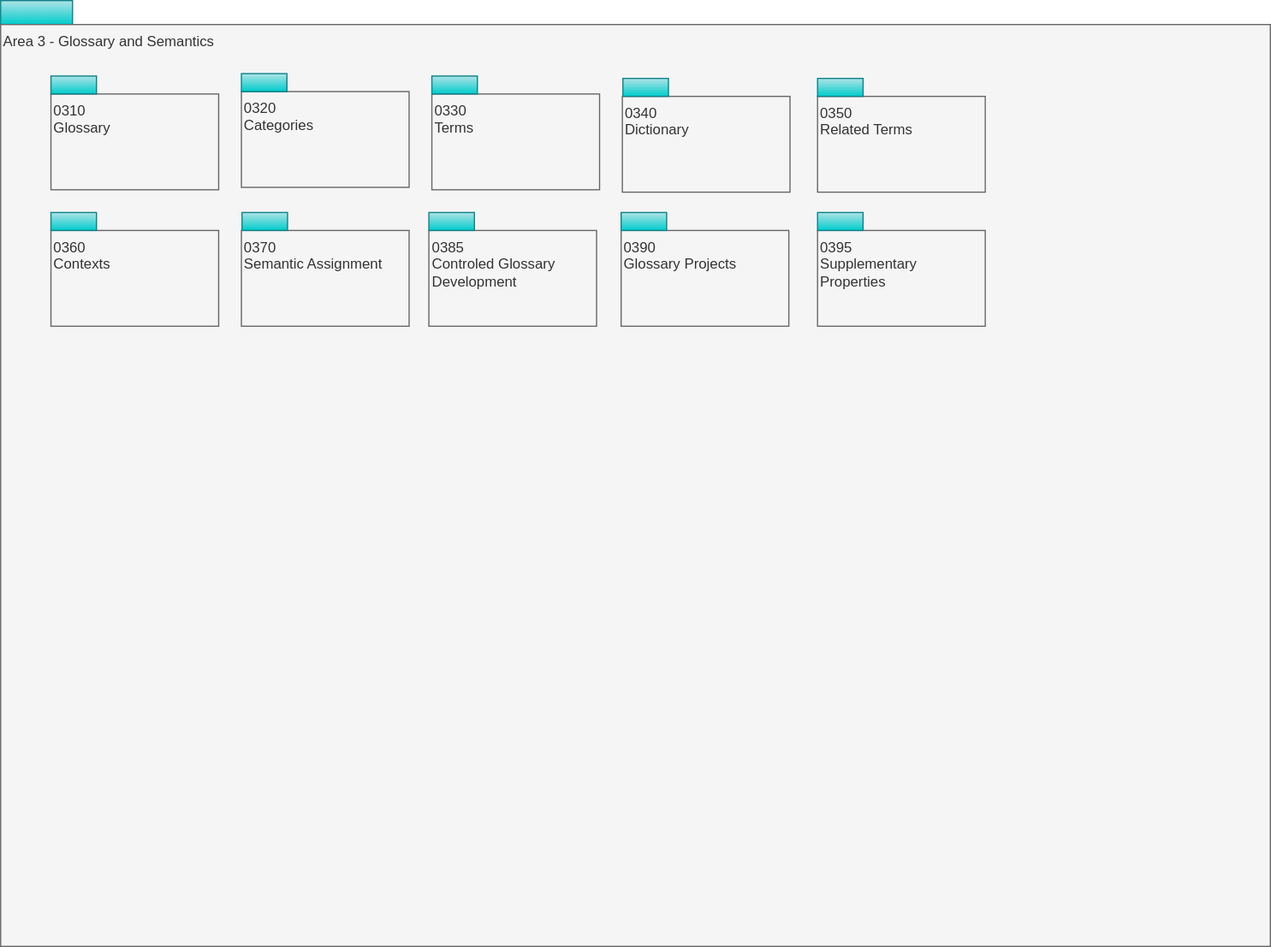
The draw.io diagram site/docs/types/3/area-3-glossary-overview.svg in odpi/egeria-docs, before a commit. Source tidied: cells renumbered, new cells last; positions are measured from the earlier drawing's top-left corner, leaving out a move shared by most shapes.
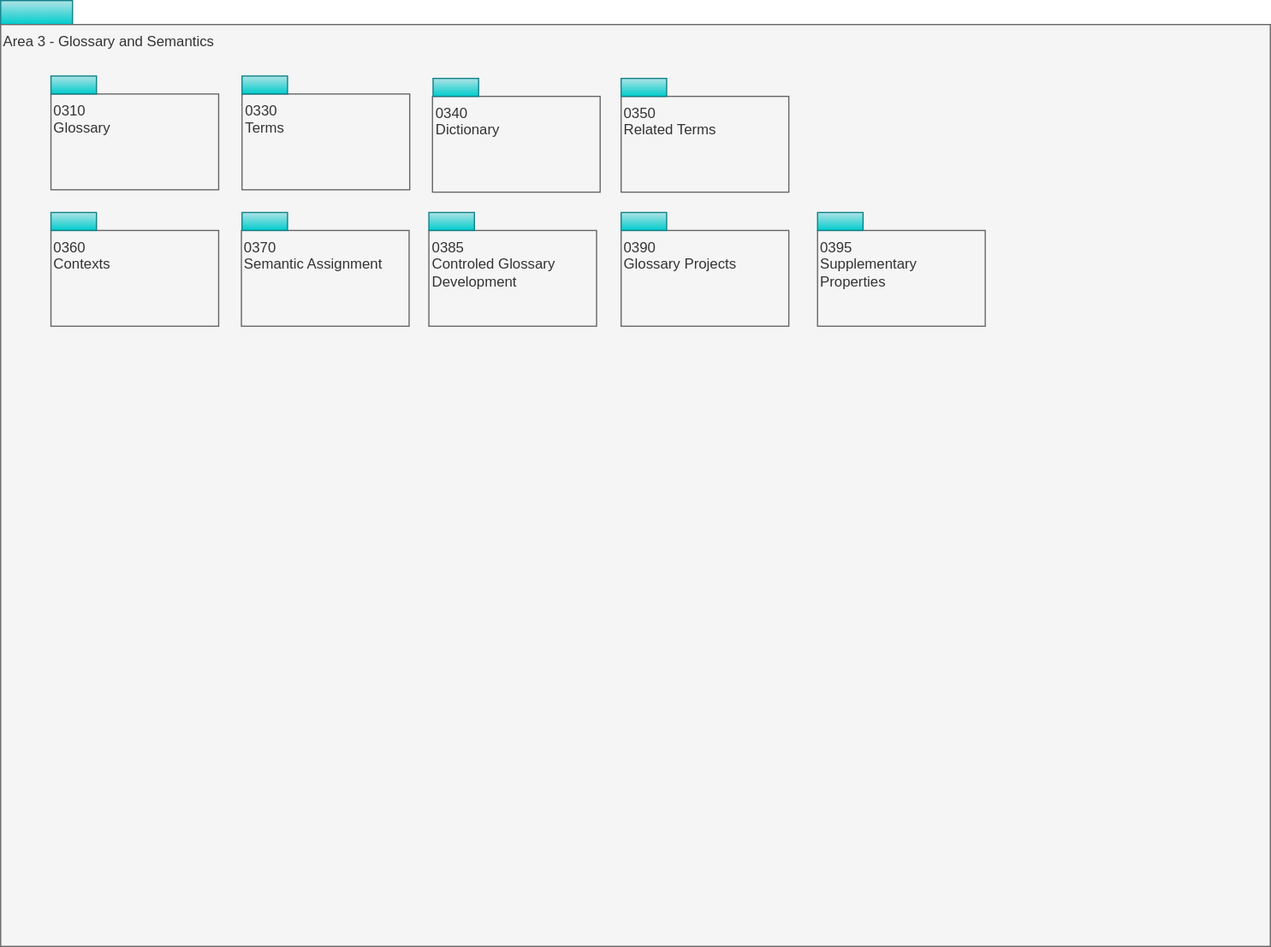
The same diagram one commit later.

Diff of the diagram source:
```diff
@@ -12,7 +12,7 @@
       <mxGeometry x="42" y="78" width="140" height="80" as="geometry" />
     </mxCell>
     <mxCell id="5" value="0330&lt;br&gt;Terms" style="rounded=0;whiteSpace=wrap;html=1;align=left;verticalAlign=top;fillColor=#f5f5f5;fontColor=#333333;strokeColor=#666666;" parent="1" vertex="1">
-      <mxGeometry x="360" y="78" width="140" height="80" as="geometry" />
+      <mxGeometry x="201.5" y="78" width="140" height="80" as="geometry" />
     </mxCell>
     <mxCell id="6" value="0360&lt;br&gt;Contexts" style="rounded=0;whiteSpace=wrap;html=1;align=left;verticalAlign=top;fillColor=#f5f5f5;fontColor=#333333;strokeColor=#666666;" parent="1" vertex="1">
       <mxGeometry x="42" y="192" width="140" height="80" as="geometry" />
@@ -24,10 +24,10 @@
       <mxGeometry x="357.5" y="192" width="140" height="80" as="geometry" />
     </mxCell>
     <mxCell id="9" value="0340&lt;br&gt;Dictionary" style="rounded=0;whiteSpace=wrap;html=1;align=left;verticalAlign=top;fillColor=#f5f5f5;fontColor=#333333;strokeColor=#666666;" parent="1" vertex="1">
-      <mxGeometry x="519" y="80" width="140" height="80" as="geometry" />
+      <mxGeometry x="360.5" y="80" width="140" height="80" as="geometry" />
     </mxCell>
     <mxCell id="10" value="0350&lt;br&gt;Related Terms" style="rounded=0;whiteSpace=wrap;html=1;align=left;verticalAlign=top;fillColor=#f5f5f5;fontColor=#333333;strokeColor=#666666;" parent="1" vertex="1">
-      <mxGeometry x="682" y="80" width="140" height="80" as="geometry" />
+      <mxGeometry x="518" y="80" width="140" height="80" as="geometry" />
     </mxCell>
     <mxCell id="11" style="rounded=0;whiteSpace=wrap;html=1;align=left;fillColor=#b0e3e6;strokeColor=#0e8088;gradientColor=#00CCCC;" parent="1" vertex="1">
       <mxGeometry x="42" y="63" width="38" height="15" as="geometry" />
@@ -36,19 +36,19 @@
       <mxGeometry x="357.5" y="177" width="38" height="15" as="geometry" />
     </mxCell>
     <mxCell id="13" style="rounded=0;whiteSpace=wrap;html=1;align=left;fillColor=#b0e3e6;strokeColor=#0e8088;gradientColor=#00CCCC;" parent="1" vertex="1">
-      <mxGeometry x="519.5" y="65" width="38" height="15" as="geometry" />
+      <mxGeometry x="361" y="65" width="38" height="15" as="geometry" />
     </mxCell>
     <mxCell id="14" style="rounded=0;whiteSpace=wrap;html=1;align=left;fillColor=#b0e3e6;strokeColor=#0e8088;gradientColor=#00CCCC;" parent="1" vertex="1">
       <mxGeometry x="201.5" y="177" width="38" height="15" as="geometry" />
     </mxCell>
     <mxCell id="15" style="rounded=0;whiteSpace=wrap;html=1;align=left;fillColor=#b0e3e6;strokeColor=#0e8088;gradientColor=#00CCCC;" parent="1" vertex="1">
-      <mxGeometry x="360" y="63" width="38" height="15" as="geometry" />
+      <mxGeometry x="201.5" y="63" width="38" height="15" as="geometry" />
     </mxCell>
     <mxCell id="16" style="rounded=0;whiteSpace=wrap;html=1;align=left;fillColor=#b0e3e6;strokeColor=#0e8088;gradientColor=#00CCCC;" parent="1" vertex="1">
       <mxGeometry x="42" y="177" width="38" height="15" as="geometry" />
     </mxCell>
     <mxCell id="17" style="rounded=0;whiteSpace=wrap;html=1;align=left;fillColor=#b0e3e6;strokeColor=#0e8088;gradientColor=#00CCCC;" parent="1" vertex="1">
-      <mxGeometry x="682" y="65" width="38" height="15" as="geometry" />
+      <mxGeometry x="518" y="65" width="38" height="15" as="geometry" />
     </mxCell>
     <mxCell id="18" value="0390&lt;br&gt;Glossary Projects" style="rounded=0;whiteSpace=wrap;html=1;align=left;verticalAlign=top;fillColor=#f5f5f5;fontColor=#333333;strokeColor=#666666;" parent="1" vertex="1">
       <mxGeometry x="518" y="192" width="140" height="80" as="geometry" />
@@ -62,11 +62,5 @@
     <mxCell id="21" style="rounded=0;whiteSpace=wrap;html=1;align=left;fillColor=#b0e3e6;strokeColor=#0e8088;gradientColor=#00CCCC;" parent="1" vertex="1">
       <mxGeometry x="682" y="177" width="38" height="15" as="geometry" />
     </mxCell>
-    <mxCell id="22" value="0320&lt;br&gt;Categories" style="rounded=0;whiteSpace=wrap;html=1;align=left;verticalAlign=top;fillColor=#f5f5f5;fontColor=#333333;strokeColor=#666666;" parent="1" vertex="1">
-      <mxGeometry x="201" y="76" width="140" height="80" as="geometry" />
-    </mxCell>
-    <mxCell id="23" style="rounded=0;whiteSpace=wrap;html=1;align=left;fillColor=#b0e3e6;strokeColor=#0e8088;gradientColor=#00CCCC;" parent="1" vertex="1">
-      <mxGeometry x="201" y="61" width="38" height="15" as="geometry" />
-    </mxCell>
   </root>
 </mxGraphModel>
```
